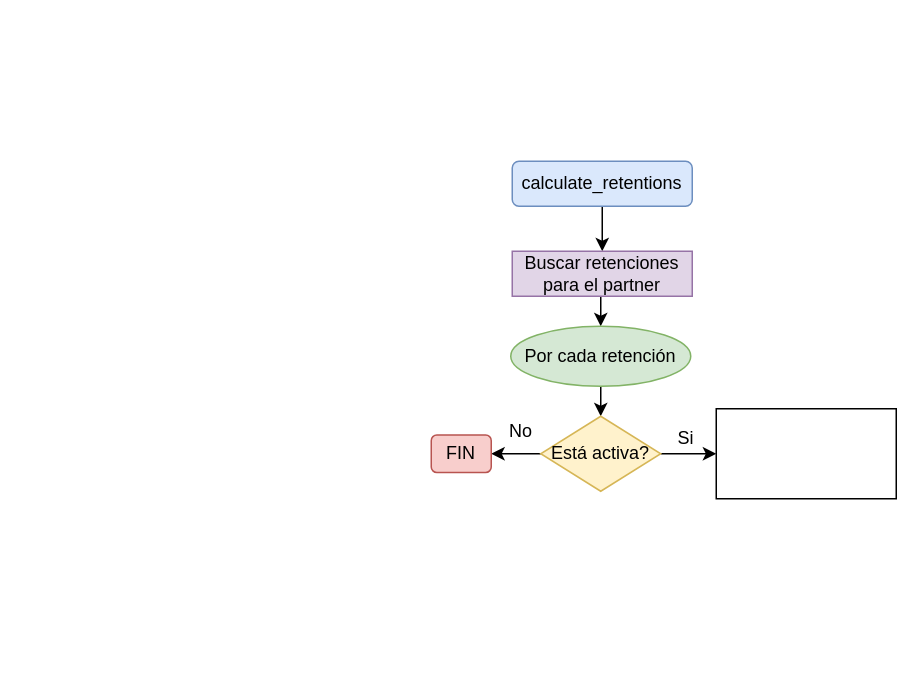
The draw.io diagram calculate_retentions.drawio in mmakenn/ecommerce-cursoreactjs, before the edit. Source tidied: cells renumbered, new cells numbered last; positions are measured from the earlier drawing's top-left corner, leaving out a move shared by most shapes. Both pictures are drawn from the tidied source at 150%, with x=0, y=0 at pixel (430, 160).
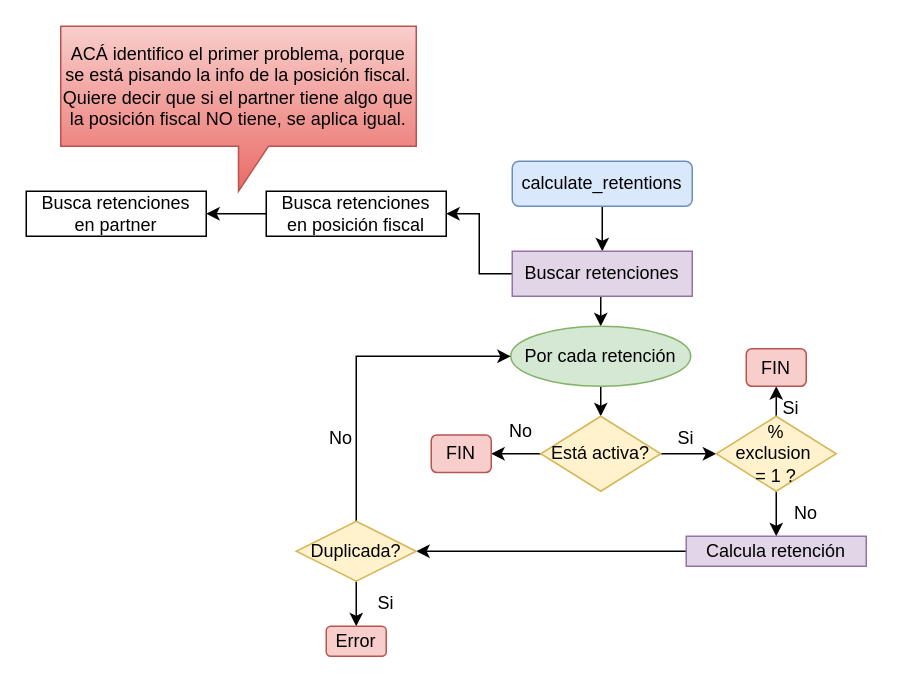
The same page after the edit.

Unchanged cells that the change refers to:
```xml
<mxCell id="7" value="Por cada retención" style="ellipse;whiteSpace=wrap;html=1;fillColor=#d5e8d4;strokeColor=#82b366;" parent="1" vertex="1">
  <mxGeometry x="53" y="110" width="120" height="40" as="geometry" />
</mxCell>
<mxCell id="10" value="Está activa?" style="rhombus;whiteSpace=wrap;html=1;fillColor=#fff2cc;strokeColor=#d6b656;" parent="1" vertex="1">
  <mxGeometry x="73" y="170" width="80" height="50" as="geometry" />
</mxCell>
```

What changed in the source:
```diff
@@
+    <mxCell id="15" style="edgeStyle=orthogonalEdgeStyle;rounded=0;jettySize=auto;html=1;exitX=0;exitY=0.5;exitDx=0;exitDy=0;entryX=1;entryY=0.5;entryDx=0;entryDy=0;" parent="1" edge="1" source="5" target="23">
+      <mxGeometry relative="1" as="geometry" />
+    </mxCell>
-    <mxCell id="5" value="Buscar retenciones&lt;br&gt;para el partner" style="rounded=0;whiteSpace=wrap;html=1;fillColor=#e1d5e7;strokeColor=#9673a6;" parent="1" vertex="1">
+    <mxCell id="5" value="Buscar retenciones" style="rounded=0;whiteSpace=wrap;html=1;fillColor=#e1d5e7;strokeColor=#9673a6;" parent="1" vertex="1">
       <mxGeometry x="54" y="60" width="120" height="30" as="geometry" />
     </mxCell>
@@
-    <mxCell id="9" style="edgeStyle=orthogonalEdgeStyle;rounded=0;jettySize=auto;html=1;exitX=1;exitY=0.5;exitDx=0;exitDy=0;entryX=0;entryY=0.5;entryDx=0;entryDy=0;" parent="1" edge="1" source="10" target="11">
-      <mxGeometry relative="1" as="geometry" />
+    <mxCell id="9" style="edgeStyle=orthogonalEdgeStyle;rounded=0;jettySize=auto;html=1;exitX=1;exitY=0.5;exitDx=0;exitDy=0;entryX=0;entryY=0.5;entryDx=0;entryDy=0;" parent="1" edge="1" source="10">
+      <mxGeometry relative="1" as="geometry">
+        <mxPoint x="190" y="195" as="targetPoint" />
+      </mxGeometry>
     </mxCell>
@@
-    <mxCell id="11" style="rounded=0;whiteSpace=wrap;html=1;" parent="1" vertex="1">
-      <mxGeometry x="190" y="165" width="120" height="60" as="geometry" />
-    </mxCell>
     <mxCell id="12" value="Si" style="text;html=1;strokeColor=none;fillColor=none;align=center;verticalAlign=middle;whiteSpace=wrap;rounded=0;" parent="1" vertex="1">
-      <mxGeometry x="140" y="170" width="60" height="30" as="geometry" />
+      <mxGeometry x="-60" y="280" width="60" height="30" as="geometry" />
     </mxCell>
@@
+    <mxCell id="16" style="edgeStyle=orthogonalEdgeStyle;rounded=0;jettySize=auto;html=1;exitX=0.5;exitY=0;exitDx=0;exitDy=0;entryX=0.5;entryY=1;entryDx=0;entryDy=0;" parent="1" edge="1" source="18" target="19">
+      <mxGeometry relative="1" as="geometry" />
+    </mxCell>
+    <mxCell id="17" style="edgeStyle=orthogonalEdgeStyle;rounded=0;jettySize=auto;html=1;exitX=0.5;exitY=1;exitDx=0;exitDy=0;" parent="1" edge="1" source="18" target="25">
+      <mxGeometry relative="1" as="geometry" />
+    </mxCell>
+    <mxCell id="18" value="%&lt;br&gt;exclusion&amp;nbsp;&lt;br&gt;= 1 ?" style="rhombus;whiteSpace=wrap;html=1;fillColor=#fff2cc;strokeColor=#d6b656;" parent="1" vertex="1">
+      <mxGeometry x="190" y="170" width="80" height="50" as="geometry" />
+    </mxCell>
+    <mxCell id="19" value="FIN" style="rounded=1;whiteSpace=wrap;html=1;fillColor=#f8cecc;strokeColor=#b85450;" parent="1" vertex="1">
+      <mxGeometry x="210" y="125" width="40" height="25" as="geometry" />
+    </mxCell>
+    <mxCell id="20" value="No" style="text;html=1;strokeColor=none;fillColor=none;align=center;verticalAlign=middle;whiteSpace=wrap;rounded=0;" parent="1" vertex="1">
+      <mxGeometry x="220" y="220" width="60" height="30" as="geometry" />
+    </mxCell>
+    <mxCell id="21" value="Si" style="text;html=1;strokeColor=none;fillColor=none;align=center;verticalAlign=middle;whiteSpace=wrap;rounded=0;" parent="1" vertex="1">
+      <mxGeometry x="210" y="150" width="60" height="30" as="geometry" />
+    </mxCell>
+    <mxCell id="22" style="edgeStyle=orthogonalEdgeStyle;rounded=0;jettySize=auto;html=1;exitX=0;exitY=0.5;exitDx=0;exitDy=0;entryX=1;entryY=0.5;entryDx=0;entryDy=0;" parent="1" edge="1" source="23" target="32">
+      <mxGeometry relative="1" as="geometry" />
+    </mxCell>
+    <mxCell id="23" value="Busca retenciones&lt;br&gt;en posición fiscal" style="rounded=0;whiteSpace=wrap;html=1;" parent="1" vertex="1">
+      <mxGeometry x="-110" y="20" width="120" height="30" as="geometry" />
+    </mxCell>
+    <mxCell id="24" style="edgeStyle=orthogonalEdgeStyle;rounded=0;jettySize=auto;html=1;exitX=0;exitY=0.5;exitDx=0;exitDy=0;entryX=1;entryY=0.5;entryDx=0;entryDy=0;" parent="1" edge="1" source="25" target="28">
+      <mxGeometry relative="1" as="geometry" />
+    </mxCell>
+    <mxCell id="25" value="Calcula retención" style="rounded=0;whiteSpace=wrap;html=1;fillColor=#e1d5e7;strokeColor=#9673a6;" parent="1" vertex="1">
+      <mxGeometry x="170" y="250" width="120" height="20" as="geometry" />
+    </mxCell>
+    <mxCell id="26" style="edgeStyle=orthogonalEdgeStyle;rounded=0;jettySize=auto;html=1;exitX=0.5;exitY=1;exitDx=0;exitDy=0;" parent="1" edge="1" source="28" target="29">
+      <mxGeometry relative="1" as="geometry" />
+    </mxCell>
+    <mxCell id="27" style="edgeStyle=orthogonalEdgeStyle;rounded=0;jettySize=auto;html=1;exitX=0.5;exitY=0;exitDx=0;exitDy=0;entryX=0;entryY=0.5;entryDx=0;entryDy=0;" parent="1" edge="1" source="28" target="7">
+      <mxGeometry relative="1" as="geometry" />
+    </mxCell>
+    <mxCell id="28" value="Duplicada?" style="rhombus;whiteSpace=wrap;html=1;fillColor=#fff2cc;strokeColor=#d6b656;" parent="1" vertex="1">
+      <mxGeometry x="-90" y="240" width="80" height="40" as="geometry" />
+    </mxCell>
+    <mxCell id="29" value="Error" style="rounded=1;whiteSpace=wrap;html=1;fillColor=#f8cecc;strokeColor=#b85450;" parent="1" vertex="1">
+      <mxGeometry x="-70" y="310" width="40" height="20" as="geometry" />
+    </mxCell>
+    <mxCell id="30" value="Si" style="text;html=1;strokeColor=none;fillColor=none;align=center;verticalAlign=middle;whiteSpace=wrap;rounded=0;" parent="1" vertex="1">
+      <mxGeometry x="140" y="165" width="60" height="40" as="geometry" />
+    </mxCell>
+    <mxCell id="31" value="No" style="text;html=1;strokeColor=none;fillColor=none;align=center;verticalAlign=middle;whiteSpace=wrap;rounded=0;" parent="1" vertex="1">
+      <mxGeometry x="-90" y="170" width="60" height="30" as="geometry" />
+    </mxCell>
+    <mxCell id="32" value="Busca retenciones&lt;br&gt;en partner" style="rounded=0;whiteSpace=wrap;html=1;" parent="1" vertex="1">
+      <mxGeometry x="-270" y="20" width="120" height="30" as="geometry" />
+    </mxCell>
+    <mxCell id="33" value="ACÁ identifico el primer problema, porque se está pisando la info de la posición fiscal. Quiere decir que si el partner tiene algo que la posición fiscal NO tiene, se aplica igual." style="shape=callout;whiteSpace=wrap;html=1;perimeter=calloutPerimeter;fillColor=#f8cecc;gradientColor=#ea6b66;strokeColor=#b85450;" parent="1" vertex="1">
+      <mxGeometry x="-247" y="-90" width="237" height="110" as="geometry" />
+    </mxCell>
```
